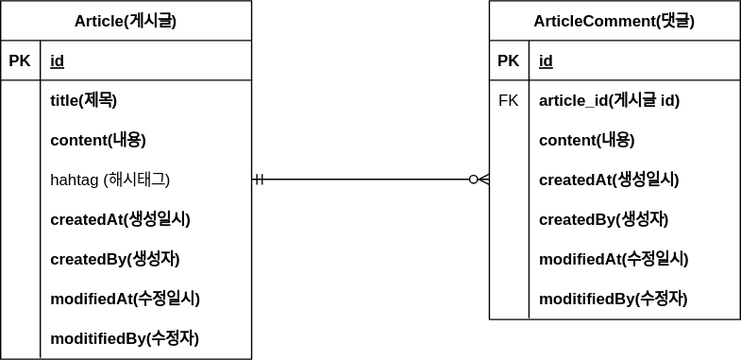
Above: document/project-board-erd.svg in dongmin132/board-springBoot (draw.io), before the change. Source tidied: cells renumbered, new cells last; positions are measured from the earlier drawing's top-left corner, leaving out a move shared by most shapes.
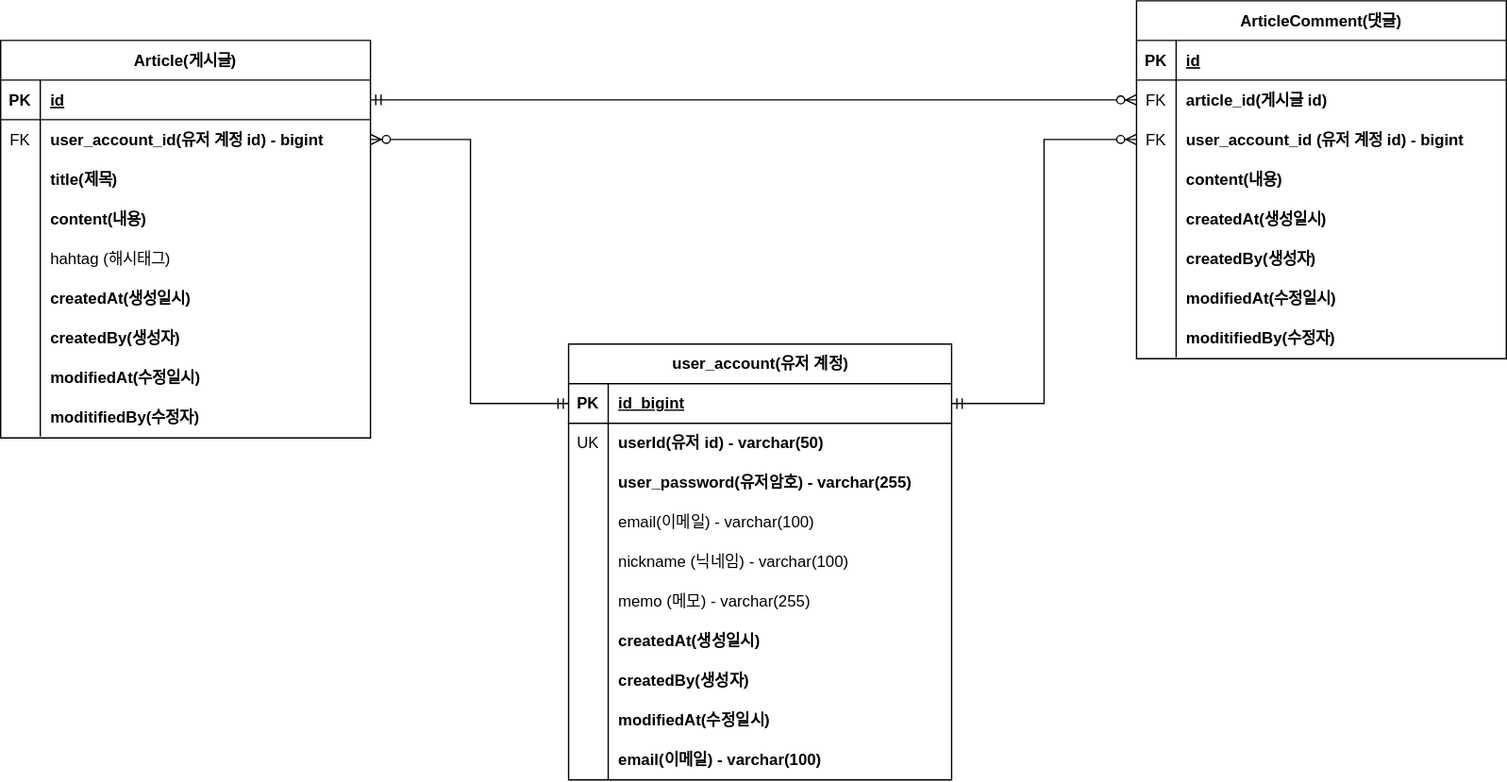
After the change.

Commit message:
#23 - 로그인 도메인 및 erd 추가

Diff of the diagram source:
```diff
@@ -5,6 +5,6 @@
     <mxCell id="2" value="Article(게시글)" style="shape=table;startSize=30;rowLines=0;fontStyle=1;align=center;" parent="1" vertex="1">
-      <mxGeometry width="190" height="271" as="geometry" />
+      <mxGeometry x="-655" y="150" width="280" height="301" as="geometry" />
     </mxCell>
     <mxCell id="3" style="shape=partialRectangle;fillColor=none;points=[[0,0.5],[1,0.5]];portConstraint=eastwest;top=0;left=0;right=0;bottom=1;" parent="2" vertex="1">
-      <mxGeometry y="30" width="190" height="30" as="geometry" />
+      <mxGeometry y="30" width="280" height="30" as="geometry" />
     </mxCell>
@@ -14,15 +14,24 @@
     <mxCell id="5" value="id" style="shape=partialRectangle;overflow=hidden;fillColor=none;top=0;left=0;bottom=0;right=0;align=left;spacingLeft=6;fontStyle=5;" parent="3" vertex="1">
-      <mxGeometry x="30" width="160" height="30" as="geometry" />
+      <mxGeometry x="30" width="250" height="30" as="geometry" />
     </mxCell>
     <mxCell id="6" style="shape=partialRectangle;fillColor=none;points=[[0,0.5],[1,0.5]];portConstraint=eastwest;top=0;left=0;right=0;bottom=0;" parent="2" vertex="1">
-      <mxGeometry y="60" width="190" height="30" as="geometry" />
+      <mxGeometry y="60" width="280" height="30" as="geometry" />
     </mxCell>
-    <mxCell id="7" style="shape=partialRectangle;overflow=hidden;fillColor=none;top=0;left=0;bottom=0;right=0;" parent="6" vertex="1">
+    <mxCell id="7" value="FK" style="shape=partialRectangle;overflow=hidden;fillColor=none;top=0;left=0;bottom=0;right=0;" parent="6" vertex="1">
       <mxGeometry width="30" height="30" as="geometry" />
     </mxCell>
-    <mxCell id="8" value="title(제목)" style="shape=partialRectangle;overflow=hidden;fillColor=none;top=0;left=0;bottom=0;right=0;align=left;spacingLeft=6;fontStyle=1;" parent="6" vertex="1">
-      <mxGeometry x="30" width="160" height="30" as="geometry" />
+    <mxCell id="8" value="user_account_id(유저 계정 id) - bigint" style="shape=partialRectangle;overflow=hidden;fillColor=none;top=0;left=0;bottom=0;right=0;align=left;spacingLeft=6;fontStyle=1;" parent="6" vertex="1">
+      <mxGeometry x="30" width="250" height="30" as="geometry" />
     </mxCell>
+    <mxCell id="50" style="shape=partialRectangle;fillColor=none;top=0;left=0;right=0;bottom=0;" parent="2" vertex="1">
+      <mxGeometry y="90" width="280" height="30" as="geometry" />
+    </mxCell>
+    <mxCell id="51" style="shape=partialRectangle;overflow=hidden;fillColor=none;top=0;left=0;bottom=0;right=0;" parent="50" vertex="1">
+      <mxGeometry width="30" height="30" as="geometry" />
+    </mxCell>
+    <mxCell id="52" value="title(제목)" style="shape=partialRectangle;overflow=hidden;fillColor=none;top=0;left=0;bottom=0;right=0;align=left;spacingLeft=6;fontStyle=1;" parent="50" vertex="1">
+      <mxGeometry x="30" width="250" height="30" as="geometry" />
+    </mxCell>
     <mxCell id="9" style="shape=partialRectangle;fillColor=none;top=0;left=0;right=0;bottom=0;" parent="2" vertex="1">
-      <mxGeometry y="90" width="190" height="30" as="geometry" />
+      <mxGeometry y="120" width="280" height="30" as="geometry" />
     </mxCell>
@@ -32,6 +41,6 @@
     <mxCell id="11" value="content(내용)" style="shape=partialRectangle;overflow=hidden;fillColor=none;top=0;left=0;bottom=0;right=0;align=left;spacingLeft=6;fontStyle=1;" parent="9" vertex="1">
-      <mxGeometry x="30" width="160" height="30" as="geometry" />
+      <mxGeometry x="30" width="250" height="30" as="geometry" />
     </mxCell>
     <mxCell id="12" style="shape=partialRectangle;fillColor=none;points=[[0,0.5],[1,0.5]];portConstraint=eastwest;top=0;left=0;right=0;bottom=0;" parent="2" vertex="1">
-      <mxGeometry y="120" width="190" height="30" as="geometry" />
+      <mxGeometry y="150" width="280" height="30" as="geometry" />
     </mxCell>
@@ -41,6 +50,6 @@
     <mxCell id="14" value="hahtag (해시태그)" style="shape=partialRectangle;overflow=hidden;fillColor=none;top=0;left=0;bottom=0;right=0;align=left;spacingLeft=6;" parent="12" vertex="1">
-      <mxGeometry x="30" width="160" height="30" as="geometry" />
+      <mxGeometry x="30" width="250" height="30" as="geometry" />
     </mxCell>
     <mxCell id="15" style="shape=partialRectangle;fillColor=none;top=0;left=0;right=0;bottom=0;" parent="2" vertex="1">
-      <mxGeometry y="150" width="190" height="30" as="geometry" />
+      <mxGeometry y="180" width="280" height="30" as="geometry" />
     </mxCell>
@@ -50,6 +59,6 @@
     <mxCell id="17" value="createdAt(생성일시)" style="shape=partialRectangle;overflow=hidden;fillColor=none;top=0;left=0;bottom=0;right=0;align=left;spacingLeft=6;fontStyle=1;" parent="15" vertex="1">
-      <mxGeometry x="30" width="160" height="30" as="geometry" />
+      <mxGeometry x="30" width="250" height="30" as="geometry" />
     </mxCell>
     <mxCell id="18" style="shape=partialRectangle;fillColor=none;top=0;left=0;right=0;bottom=0;" parent="2" vertex="1">
-      <mxGeometry y="180" width="190" height="30" as="geometry" />
+      <mxGeometry y="210" width="280" height="30" as="geometry" />
     </mxCell>
@@ -59,6 +68,6 @@
     <mxCell id="20" value="createdBy(생성자)" style="shape=partialRectangle;overflow=hidden;fillColor=none;top=0;left=0;bottom=0;right=0;align=left;spacingLeft=6;fontStyle=1;" parent="18" vertex="1">
-      <mxGeometry x="30" width="160" height="30" as="geometry" />
+      <mxGeometry x="30" width="250" height="30" as="geometry" />
     </mxCell>
     <mxCell id="21" style="shape=partialRectangle;fillColor=none;top=0;left=0;right=0;bottom=0;" parent="2" vertex="1">
-      <mxGeometry y="210" width="190" height="30" as="geometry" />
+      <mxGeometry y="240" width="280" height="30" as="geometry" />
     </mxCell>
@@ -68,6 +77,6 @@
     <mxCell id="23" value="modifiedAt(수정일시)" style="shape=partialRectangle;overflow=hidden;fillColor=none;top=0;left=0;bottom=0;right=0;align=left;spacingLeft=6;fontStyle=1;" parent="21" vertex="1">
-      <mxGeometry x="30" width="160" height="30" as="geometry" />
+      <mxGeometry x="30" width="250" height="30" as="geometry" />
     </mxCell>
     <mxCell id="24" style="shape=partialRectangle;fillColor=none;top=0;left=0;right=0;bottom=0;" parent="2" vertex="1">
-      <mxGeometry y="240" width="190" height="30" as="geometry" />
+      <mxGeometry y="270" width="280" height="30" as="geometry" />
     </mxCell>
@@ -77,9 +86,9 @@
     <mxCell id="26" value="moditifiedBy(수정자)" style="shape=partialRectangle;overflow=hidden;fillColor=none;top=0;left=0;bottom=0;right=0;align=left;spacingLeft=6;fontStyle=1;" parent="24" vertex="1">
-      <mxGeometry x="30" width="160" height="30" as="geometry" />
+      <mxGeometry x="30" width="250" height="30" as="geometry" />
     </mxCell>
     <mxCell id="27" value="ArticleComment(댓글)" style="shape=table;startSize=30;rowLines=0;fontStyle=1;align=center;" parent="1" vertex="1">
-      <mxGeometry x="370" width="190" height="241" as="geometry" />
+      <mxGeometry x="205" y="120" width="280" height="271" as="geometry" />
     </mxCell>
     <mxCell id="28" style="shape=partialRectangle;fillColor=none;top=0;left=0;right=0;bottom=1;" parent="27" vertex="1">
-      <mxGeometry y="30" width="190" height="30" as="geometry" />
+      <mxGeometry y="30" width="280" height="30" as="geometry" />
     </mxCell>
@@ -89,6 +98,6 @@
     <mxCell id="30" value="id" style="shape=partialRectangle;overflow=hidden;fillColor=none;top=0;left=0;bottom=0;right=0;align=left;spacingLeft=6;fontStyle=5;" parent="28" vertex="1">
-      <mxGeometry x="30" width="160" height="30" as="geometry" />
+      <mxGeometry x="30" width="250" height="30" as="geometry" />
     </mxCell>
     <mxCell id="31" style="shape=partialRectangle;fillColor=none;points=[[0,0.5],[1,0.5]];portConstraint=eastwest;top=0;left=0;right=0;bottom=0;" parent="27" vertex="1">
-      <mxGeometry y="60" width="190" height="30" as="geometry" />
+      <mxGeometry y="60" width="280" height="30" as="geometry" />
     </mxCell>
@@ -98,15 +107,24 @@
     <mxCell id="33" value="article_id(게시글 id)" style="shape=partialRectangle;overflow=hidden;fillColor=none;top=0;left=0;bottom=0;right=0;align=left;spacingLeft=6;fontStyle=1;" parent="31" vertex="1">
-      <mxGeometry x="30" width="160" height="30" as="geometry" />
+      <mxGeometry x="30" width="250" height="30" as="geometry" />
     </mxCell>
     <mxCell id="34" style="shape=partialRectangle;fillColor=none;points=[[0,0.5],[1,0.5]];portConstraint=eastwest;top=0;left=0;right=0;bottom=0;" parent="27" vertex="1">
-      <mxGeometry y="90" width="190" height="30" as="geometry" />
+      <mxGeometry y="90" width="280" height="30" as="geometry" />
     </mxCell>
-    <mxCell id="35" style="shape=partialRectangle;overflow=hidden;fillColor=none;top=0;left=0;bottom=0;right=0;" parent="34" vertex="1">
+    <mxCell id="35" value="FK" style="shape=partialRectangle;overflow=hidden;fillColor=none;top=0;left=0;bottom=0;right=0;" parent="34" vertex="1">
       <mxGeometry width="30" height="30" as="geometry" />
     </mxCell>
-    <mxCell id="36" value="content(내용)" style="shape=partialRectangle;overflow=hidden;fillColor=none;top=0;left=0;bottom=0;right=0;align=left;spacingLeft=6;fontStyle=1;" parent="34" vertex="1">
-      <mxGeometry x="30" width="160" height="30" as="geometry" />
+    <mxCell id="36" value="user_account_id (유저 계정 id) - bigint" style="shape=partialRectangle;overflow=hidden;fillColor=none;top=0;left=0;bottom=0;right=0;align=left;spacingLeft=6;fontStyle=1;" parent="34" vertex="1">
+      <mxGeometry x="30" width="250" height="30" as="geometry" />
     </mxCell>
+    <mxCell id="53" style="shape=partialRectangle;fillColor=none;top=0;left=0;right=0;bottom=0;" parent="27" vertex="1">
+      <mxGeometry y="120" width="280" height="30" as="geometry" />
+    </mxCell>
+    <mxCell id="54" style="shape=partialRectangle;overflow=hidden;fillColor=none;top=0;left=0;bottom=0;right=0;" parent="53" vertex="1">
+      <mxGeometry width="30" height="30" as="geometry" />
+    </mxCell>
+    <mxCell id="55" value="content(내용)" style="shape=partialRectangle;overflow=hidden;fillColor=none;top=0;left=0;bottom=0;right=0;align=left;spacingLeft=6;fontStyle=1;" parent="53" vertex="1">
+      <mxGeometry x="30" width="250" height="30" as="geometry" />
+    </mxCell>
     <mxCell id="37" style="shape=partialRectangle;fillColor=none;points=[[0,0.5],[1,0.5]];portConstraint=eastwest;top=0;left=0;right=0;bottom=0;" parent="27" vertex="1">
-      <mxGeometry y="120" width="190" height="30" as="geometry" />
+      <mxGeometry y="150" width="280" height="30" as="geometry" />
     </mxCell>
@@ -116,6 +134,6 @@
     <mxCell id="39" value="createdAt(생성일시)" style="shape=partialRectangle;overflow=hidden;fillColor=none;top=0;left=0;bottom=0;right=0;align=left;spacingLeft=6;fontStyle=1;" parent="37" vertex="1">
-      <mxGeometry x="30" width="160" height="30" as="geometry" />
+      <mxGeometry x="30" width="250" height="30" as="geometry" />
     </mxCell>
     <mxCell id="40" style="shape=partialRectangle;fillColor=none;top=0;left=0;right=0;bottom=0;" parent="27" vertex="1">
-      <mxGeometry y="150" width="190" height="30" as="geometry" />
+      <mxGeometry y="180" width="280" height="30" as="geometry" />
     </mxCell>
@@ -125,6 +143,6 @@
     <mxCell id="42" value="createdBy(생성자)" style="shape=partialRectangle;overflow=hidden;fillColor=none;top=0;left=0;bottom=0;right=0;align=left;spacingLeft=6;fontStyle=1;" parent="40" vertex="1">
-      <mxGeometry x="30" width="160" height="30" as="geometry" />
+      <mxGeometry x="30" width="250" height="30" as="geometry" />
     </mxCell>
     <mxCell id="43" style="shape=partialRectangle;fillColor=none;top=0;left=0;right=0;bottom=0;" parent="27" vertex="1">
-      <mxGeometry y="180" width="190" height="30" as="geometry" />
+      <mxGeometry y="210" width="280" height="30" as="geometry" />
     </mxCell>
@@ -134,6 +152,6 @@
     <mxCell id="45" value="modifiedAt(수정일시)" style="shape=partialRectangle;overflow=hidden;fillColor=none;top=0;left=0;bottom=0;right=0;align=left;spacingLeft=6;fontStyle=1;" parent="43" vertex="1">
-      <mxGeometry x="30" width="160" height="30" as="geometry" />
+      <mxGeometry x="30" width="250" height="30" as="geometry" />
     </mxCell>
     <mxCell id="46" style="shape=partialRectangle;fillColor=none;top=0;left=0;right=0;bottom=0;" parent="27" vertex="1">
-      <mxGeometry y="210" width="190" height="30" as="geometry" />
+      <mxGeometry y="240" width="280" height="30" as="geometry" />
     </mxCell>
@@ -143,7 +161,106 @@
     <mxCell id="48" value="moditifiedBy(수정자)" style="shape=partialRectangle;overflow=hidden;fillColor=none;top=0;left=0;bottom=0;right=0;align=left;spacingLeft=6;fontStyle=1;" parent="46" vertex="1">
-      <mxGeometry x="30" width="160" height="30" as="geometry" />
+      <mxGeometry x="30" width="250" height="30" as="geometry" />
     </mxCell>
-    <mxCell id="49" style="edgeStyle=entityRelationEdgeStyle;fontSize=12;html=1;endArrow=ERzeroToMany;startArrow=ERmandOne;rounded=0;entryX=0;entryY=0.5;entryDx=0;entryDy=0;exitX=1;exitY=0.5;exitDx=0;exitDy=0;" parent="1" edge="1" source="12" target="37">
-      <mxGeometry relative="1" as="geometry" />
-    </mxCell>
+    <mxCell id="56" value="user_account(유저 계정)" style="shape=table;startSize=30;rowLines=0;fontStyle=1;align=center;html=1;" parent="1" vertex="1">
+      <mxGeometry x="-225" y="380" width="290" height="330" as="geometry" />
+    </mxCell>
+    <mxCell id="57" style="shape=tableRow;horizontal=0;startSize=0;swimlaneHead=0;swimlaneBody=0;fillColor=none;points=[[0,0.5],[1,0.5]];portConstraint=eastwest;top=0;left=0;right=0;bottom=1;" parent="56" vertex="1">
+      <mxGeometry y="30" width="290" height="30" as="geometry" />
+    </mxCell>
+    <mxCell id="58" value="PK" style="shape=partialRectangle;fillColor=none;top=0;left=0;bottom=0;right=0;fontStyle=1;overflow=hidden;whiteSpace=wrap;html=1;" parent="57" vertex="1">
+      <mxGeometry width="30" height="30" as="geometry" />
+    </mxCell>
+    <mxCell id="59" value="id_bigint&lt;br&gt;" style="shape=partialRectangle;fillColor=none;top=0;left=0;bottom=0;right=0;align=left;spacingLeft=6;fontStyle=5;overflow=hidden;whiteSpace=wrap;html=1;" parent="57" vertex="1">
+      <mxGeometry x="30" width="260" height="30" as="geometry" />
+    </mxCell>
+    <mxCell id="60" style="shape=tableRow;horizontal=0;startSize=0;swimlaneHead=0;swimlaneBody=0;fillColor=none;top=0;left=0;right=0;bottom=0;fontStyle=1;" parent="56" vertex="1">
+      <mxGeometry y="60" width="290" height="30" as="geometry" />
+    </mxCell>
+    <mxCell id="61" value="UK" style="shape=partialRectangle;fillColor=none;top=0;left=0;bottom=0;right=0;overflow=hidden;whiteSpace=wrap;html=1;" parent="60" vertex="1">
+      <mxGeometry width="30" height="30" as="geometry" />
+    </mxCell>
+    <mxCell id="62" value="&lt;b&gt;userId(유저 id) - varchar(50)&lt;/b&gt;" style="shape=partialRectangle;fillColor=none;top=0;left=0;bottom=0;right=0;align=left;spacingLeft=6;overflow=hidden;whiteSpace=wrap;html=1;" parent="60" vertex="1">
+      <mxGeometry x="30" width="260" height="30" as="geometry" />
+    </mxCell>
+    <mxCell id="63" style="shape=tableRow;horizontal=0;startSize=0;swimlaneHead=0;swimlaneBody=0;fillColor=none;top=0;left=0;right=0;bottom=0;" parent="56" vertex="1">
+      <mxGeometry y="90" width="290" height="30" as="geometry" />
+    </mxCell>
+    <mxCell id="64" style="shape=partialRectangle;fillColor=none;top=0;left=0;bottom=0;right=0;overflow=hidden;whiteSpace=wrap;html=1;" parent="63" vertex="1">
+      <mxGeometry width="30" height="30" as="geometry" />
+    </mxCell>
+    <mxCell id="65" value="&lt;b&gt;user_password(유저암호) - varchar(255)&lt;/b&gt;" style="shape=partialRectangle;fillColor=none;top=0;left=0;bottom=0;right=0;align=left;spacingLeft=6;overflow=hidden;whiteSpace=wrap;html=1;" parent="63" vertex="1">
+      <mxGeometry x="30" width="260" height="30" as="geometry" />
+    </mxCell>
+    <mxCell id="66" style="shape=tableRow;horizontal=0;startSize=0;swimlaneHead=0;swimlaneBody=0;fillColor=none;top=0;left=0;right=0;bottom=0;" parent="56" vertex="1">
+      <mxGeometry y="120" width="290" height="30" as="geometry" />
+    </mxCell>
+    <mxCell id="67" style="shape=partialRectangle;fillColor=none;top=0;left=0;bottom=0;right=0;overflow=hidden;whiteSpace=wrap;html=1;" parent="66" vertex="1">
+      <mxGeometry width="30" height="30" as="geometry" />
+    </mxCell>
+    <mxCell id="68" value="email(이메일) - varchar(100)" style="shape=partialRectangle;fillColor=none;top=0;left=0;bottom=0;right=0;align=left;spacingLeft=6;overflow=hidden;whiteSpace=wrap;html=1;" parent="66" vertex="1">
+      <mxGeometry x="30" width="260" height="30" as="geometry" />
+    </mxCell>
+    <mxCell id="69" style="shape=tableRow;horizontal=0;startSize=0;swimlaneHead=0;swimlaneBody=0;fillColor=none;top=0;left=0;right=0;bottom=0;" parent="56" vertex="1">
+      <mxGeometry y="150" width="290" height="30" as="geometry" />
+    </mxCell>
+    <mxCell id="70" style="shape=partialRectangle;fillColor=none;top=0;left=0;bottom=0;right=0;overflow=hidden;whiteSpace=wrap;html=1;" parent="69" vertex="1">
+      <mxGeometry width="30" height="30" as="geometry" />
+    </mxCell>
+    <mxCell id="71" value="nickname (닉네임) - varchar(100)" style="shape=partialRectangle;fillColor=none;top=0;left=0;bottom=0;right=0;align=left;spacingLeft=6;overflow=hidden;whiteSpace=wrap;html=1;" parent="69" vertex="1">
+      <mxGeometry x="30" width="260" height="30" as="geometry" />
+    </mxCell>
+    <mxCell id="72" style="shape=tableRow;horizontal=0;startSize=0;swimlaneHead=0;swimlaneBody=0;fillColor=none;top=0;left=0;right=0;bottom=0;" parent="56" vertex="1">
+      <mxGeometry y="180" width="290" height="30" as="geometry" />
+    </mxCell>
+    <mxCell id="73" style="shape=partialRectangle;fillColor=none;top=0;left=0;bottom=0;right=0;overflow=hidden;whiteSpace=wrap;html=1;" parent="72" vertex="1">
+      <mxGeometry width="30" height="30" as="geometry" />
+    </mxCell>
+    <mxCell id="74" value="memo (메모) - varchar(255)" style="shape=partialRectangle;fillColor=none;top=0;left=0;bottom=0;right=0;align=left;spacingLeft=6;overflow=hidden;whiteSpace=wrap;html=1;" parent="72" vertex="1">
+      <mxGeometry x="30" width="260" height="30" as="geometry" />
+    </mxCell>
+    <mxCell id="75" style="shape=tableRow;horizontal=0;startSize=0;swimlaneHead=0;swimlaneBody=0;fillColor=none;top=0;left=0;right=0;bottom=0;" parent="56" vertex="1">
+      <mxGeometry y="210" width="290" height="30" as="geometry" />
+    </mxCell>
+    <mxCell id="76" style="shape=partialRectangle;fillColor=none;top=0;left=0;bottom=0;right=0;overflow=hidden;whiteSpace=wrap;html=1;" parent="75" vertex="1">
+      <mxGeometry width="30" height="30" as="geometry" />
+    </mxCell>
+    <mxCell id="77" value="&lt;b&gt;createdAt(생성일시)&lt;/b&gt;" style="shape=partialRectangle;fillColor=none;top=0;left=0;bottom=0;right=0;align=left;spacingLeft=6;overflow=hidden;whiteSpace=wrap;html=1;" parent="75" vertex="1">
+      <mxGeometry x="30" width="260" height="30" as="geometry" />
+    </mxCell>
+    <mxCell id="78" style="shape=tableRow;horizontal=0;startSize=0;swimlaneHead=0;swimlaneBody=0;fillColor=none;top=0;left=0;right=0;bottom=0;" parent="56" vertex="1">
+      <mxGeometry y="240" width="290" height="30" as="geometry" />
+    </mxCell>
+    <mxCell id="79" style="shape=partialRectangle;fillColor=none;top=0;left=0;bottom=0;right=0;overflow=hidden;whiteSpace=wrap;html=1;" parent="78" vertex="1">
+      <mxGeometry width="30" height="30" as="geometry" />
+    </mxCell>
+    <mxCell id="80" value="&lt;b&gt;createdBy(생성자)&lt;/b&gt;" style="shape=partialRectangle;fillColor=none;top=0;left=0;bottom=0;right=0;align=left;spacingLeft=6;overflow=hidden;whiteSpace=wrap;html=1;" parent="78" vertex="1">
+      <mxGeometry x="30" width="260" height="30" as="geometry" />
+    </mxCell>
+    <mxCell id="81" style="shape=tableRow;horizontal=0;startSize=0;swimlaneHead=0;swimlaneBody=0;fillColor=none;top=0;left=0;right=0;bottom=0;" parent="56" vertex="1">
+      <mxGeometry y="270" width="290" height="30" as="geometry" />
+    </mxCell>
+    <mxCell id="82" style="shape=partialRectangle;fillColor=none;top=0;left=0;bottom=0;right=0;overflow=hidden;whiteSpace=wrap;html=1;" parent="81" vertex="1">
+      <mxGeometry width="30" height="30" as="geometry" />
+    </mxCell>
+    <mxCell id="83" value="&lt;b&gt;modifiedAt(수정일시)&lt;/b&gt;" style="shape=partialRectangle;fillColor=none;top=0;left=0;bottom=0;right=0;align=left;spacingLeft=6;overflow=hidden;whiteSpace=wrap;html=1;" parent="81" vertex="1">
+      <mxGeometry x="30" width="260" height="30" as="geometry" />
+    </mxCell>
+    <mxCell id="84" style="shape=tableRow;horizontal=0;startSize=0;swimlaneHead=0;swimlaneBody=0;fillColor=none;top=0;left=0;right=0;bottom=0;" parent="56" vertex="1">
+      <mxGeometry y="300" width="290" height="30" as="geometry" />
+    </mxCell>
+    <mxCell id="85" style="shape=partialRectangle;fillColor=none;top=0;left=0;bottom=0;right=0;overflow=hidden;whiteSpace=wrap;html=1;" parent="84" vertex="1">
+      <mxGeometry width="30" height="30" as="geometry" />
+    </mxCell>
+    <mxCell id="86" value="&lt;b&gt;email(이메일) - varchar(100)&lt;/b&gt;" style="shape=partialRectangle;fillColor=none;top=0;left=0;bottom=0;right=0;align=left;spacingLeft=6;overflow=hidden;whiteSpace=wrap;html=1;" parent="84" vertex="1">
+      <mxGeometry x="30" width="260" height="30" as="geometry" />
+    </mxCell>
+    <mxCell id="87" style="edgeStyle=entityRelationEdgeStyle;fontSize=12;html=1;endArrow=ERzeroToMany;startArrow=ERmandOne;rounded=0;" parent="1" edge="1" source="3" target="31">
+      <mxGeometry relative="1" as="geometry" />
+    </mxCell>
+    <mxCell id="88" style="edgeStyle=elbowEdgeStyle;fontSize=12;html=1;endArrow=ERzeroToMany;startArrow=ERmandOne;rounded=0;" parent="1" edge="1" source="57" target="6">
+      <mxGeometry relative="1" as="geometry" />
+    </mxCell>
+    <mxCell id="89" style="edgeStyle=elbowEdgeStyle;fontSize=12;html=1;endArrow=ERzeroToMany;startArrow=ERmandOne;rounded=0;" parent="1" edge="1" source="57" target="34">
+      <mxGeometry relative="1" as="geometry" />
+    </mxCell>
   </root>
```
